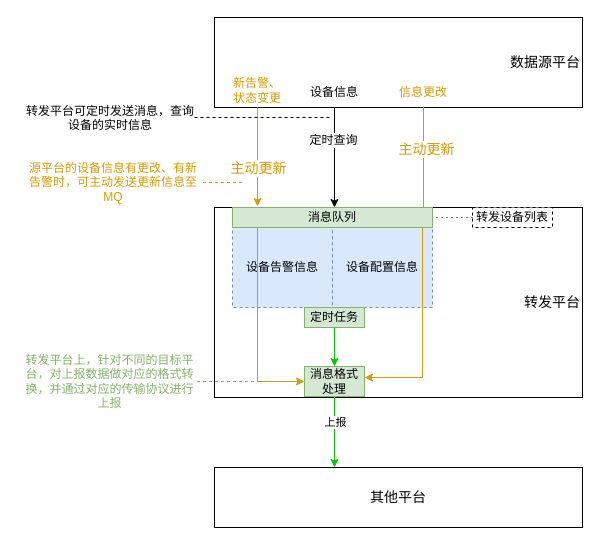
Above: 设备信息转发（消息队列）.drawio in foreverfirst/draw (draw.io), before the change. Source tidied: cells renumbered, new cells numbered last; positions are measured from the earlier drawing's top-left corner, leaving out a move shared by most shapes. Both pictures are drawn from the tidied source at 100%, with x=0, y=0 at pixel (22, 17).
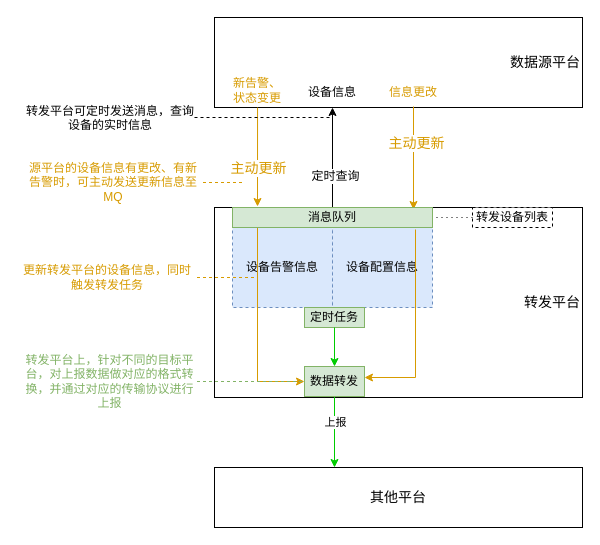
The same page after the edit.

Commit message:
更新设备信息转发（消息队列）.drawio

Unchanged cells that the change refers to:
```xml
<mxCell id="31" value="消息队列" style="text;html=1;strokeColor=#82b366;fillColor=#d5e8d4;align=center;verticalAlign=middle;whiteSpace=wrap;rounded=0;fontSize=12;" parent="1" vertex="1">
  <mxGeometry x="210" y="190" width="200" height="20" as="geometry" />
</mxCell>
```

The edit, as a diff of the source:
```diff
@@
     <mxCell id="10" value="&lt;font color=&quot;#d79b00&quot; style=&quot;font-size: 12px;&quot;&gt;信息更改&lt;/font&gt;" style="text;html=1;strokeColor=none;fillColor=none;align=center;verticalAlign=middle;whiteSpace=wrap;rounded=0;fontSize=14;" parent="1" vertex="1">
-      <mxGeometry x="371" y="59" width="60" height="30" as="geometry" />
+      <mxGeometry x="361" y="59" width="60" height="30" as="geometry" />
     </mxCell>
-    <mxCell id="11" style="endArrow=classic;html=1;rounded=0;fontSize=14;exitX=0.5;exitY=1;exitDx=0;exitDy=0;fillColor=#ffe6cc;strokeColor=#D79B00;" parent="1" edge="1" source="10">
-      <mxGeometry relative="1" as="geometry">
-        <mxPoint x="401" y="210" as="targetPoint" />
-      </mxGeometry>
+    <mxCell id="11" style="endArrow=classic;html=1;rounded=0;fontSize=14;exitX=0.5;exitY=1;exitDx=0;exitDy=0;fillColor=#ffe6cc;strokeColor=#D79B00;entryX=0.905;entryY=0.1;entryDx=0;entryDy=0;entryPerimeter=0;" parent="1" edge="1" source="10" target="31">
+      <mxGeometry relative="1" as="geometry" />
     </mxCell>
@@
-    <mxCell id="13" style="endArrow=classic;html=1;rounded=0;fontSize=12;entryX=0.5;entryY=0;entryDx=0;entryDy=0;" parent="1" edge="1" source="26">
-      <mxGeometry relative="1" as="geometry">
-        <mxPoint x="312" y="190" as="targetPoint" />
-      </mxGeometry>
+    <mxCell id="13" style="endArrow=classic;html=1;rounded=0;fontSize=12;exitX=0.5;exitY=0;exitDx=0;exitDy=0;entryX=0.5;entryY=1;entryDx=0;entryDy=0;" parent="1" edge="1" source="31" target="26">
+      <mxGeometry relative="1" as="geometry" />
     </mxCell>
@@
-    <mxCell id="19" value="消息格式处理" style="text;html=1;strokeColor=#82b366;fillColor=#d5e8d4;align=center;verticalAlign=middle;whiteSpace=wrap;rounded=0;fontSize=12;" parent="1" vertex="1">
+    <mxCell id="19" value="数据转发" style="text;html=1;strokeColor=#82b366;fillColor=#d5e8d4;align=center;verticalAlign=middle;whiteSpace=wrap;rounded=0;fontSize=12;" parent="1" vertex="1">
       <mxGeometry x="282" y="349" width="60" height="30" as="geometry" />
     </mxCell>
@@
-    <mxCell id="21" style="endArrow=classic;html=1;rounded=0;fontSize=14;exitX=0.9;exitY=-0.025;exitDx=0;exitDy=0;fillColor=#ffe6cc;strokeColor=#d79b00;entryX=1;entryY=0.5;entryDx=0;entryDy=0;exitPerimeter=0;" parent="1" edge="1">
+    <mxCell id="21" style="endArrow=classic;html=1;rounded=0;fontSize=14;exitX=0.915;exitY=1.1;exitDx=0;exitDy=0;fillColor=#ffe6cc;strokeColor=#d79b00;entryX=1;entryY=0.5;entryDx=0;entryDy=0;exitPerimeter=0;" parent="1" edge="1" source="31">
       <mxGeometry relative="1" as="geometry">
-        <mxPoint x="400" y="204" as="sourcePoint" />
         <mxPoint x="342" y="360" as="targetPoint" />
         <Array as="points">
-          <mxPoint x="400" y="360" />
+          <mxPoint x="393" y="360" />
         </Array>
       </mxGeometry>
     </mxCell>
@@
     <mxCell id="26" value="&lt;font color=&quot;#000000&quot;&gt;设备信息&lt;/font&gt;" style="text;html=1;strokeColor=none;fillColor=none;align=center;verticalAlign=middle;whiteSpace=wrap;rounded=0;dashed=1;fontSize=12;fontColor=#D79B00;" parent="1" vertex="1">
-      <mxGeometry x="282" y="60" width="60" height="30" as="geometry" />
+      <mxGeometry x="280" y="60" width="60" height="30" as="geometry" />
     </mxCell>
@@
+    <mxCell id="32" value="&lt;font color=&quot;#d79b00&quot;&gt;更新转发平台的设备信息，同时触发转发任务&lt;/font&gt;" style="text;html=1;strokeColor=none;fillColor=none;align=center;verticalAlign=middle;whiteSpace=wrap;rounded=0;dashed=1;fontSize=12;fontColor=#000000;" parent="1" vertex="1">
+      <mxGeometry x="-5.5" y="235" width="180" height="50" as="geometry" />
+    </mxCell>
+    <mxCell id="33" style="endArrow=none;dashed=1;html=1;rounded=0;strokeColor=#D79B00;fontSize=12;fontColor=#D79B00;exitX=1;exitY=0.5;exitDx=0;exitDy=0;" parent="1" edge="1" source="32">
+      <mxGeometry relative="1" as="geometry">
+        <mxPoint x="231.5" y="260" as="targetPoint" />
+      </mxGeometry>
+    </mxCell>
```
